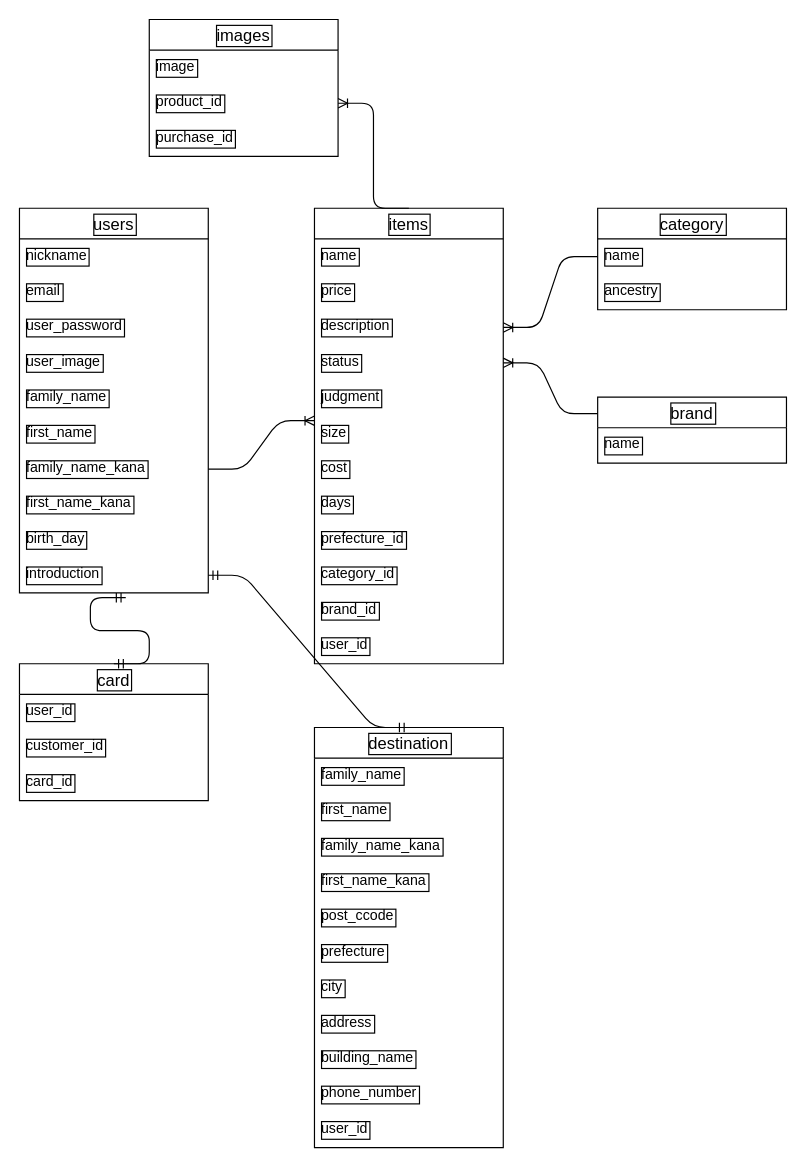
Above: furima.dio in harakoryunosuke/furima-37751 (draw.io), before the change. Source tidied: cells renumbered, new cells numbered last; positions are measured from the earlier drawing's top-left corner, leaving out a move shared by most shapes. Both pictures are drawn from the tidied source at 118%, with x=0, y=0 at pixel (19, 19).
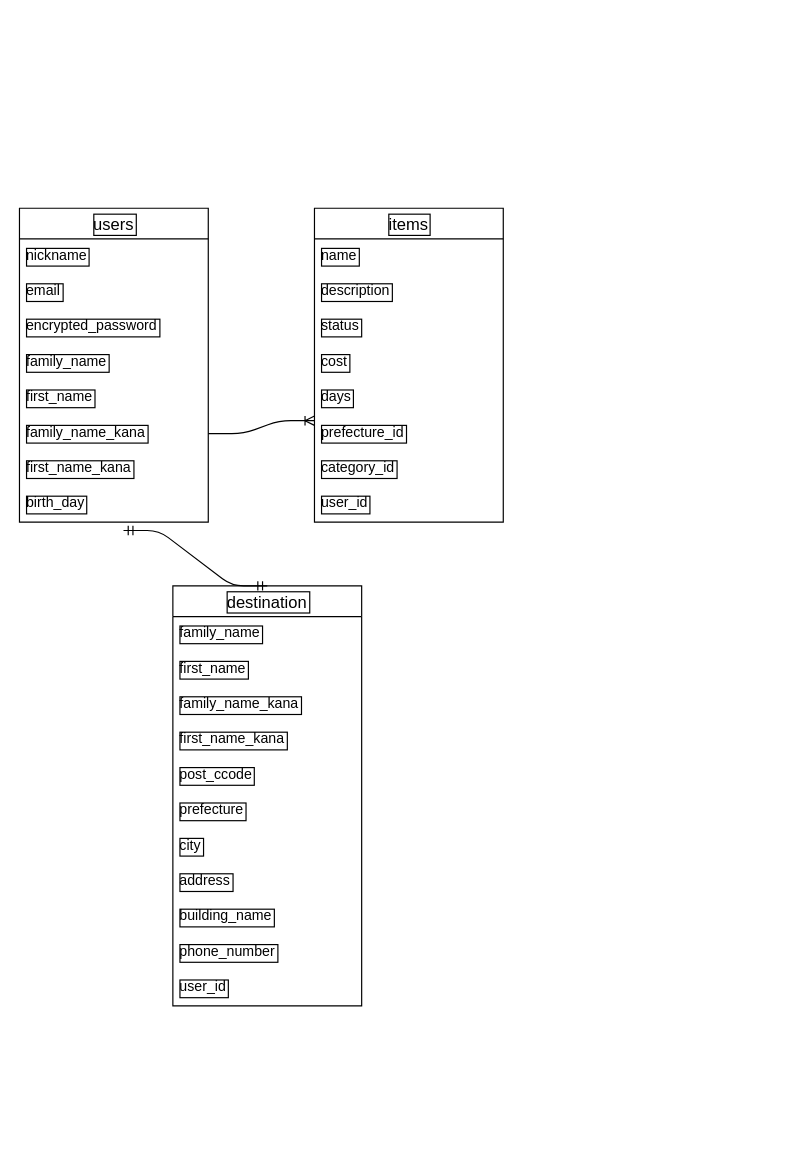
Above is the later version.

The edit, as a diff of the source:
```diff
@@
     <mxCell id="2" value="users" style="swimlane;fontStyle=0;horizontal=1;startSize=26;align=center;fontSize=14;labelBorderColor=default;" parent="1" vertex="1">
-      <mxGeometry y="160" width="160" height="326" as="geometry" />
+      <mxGeometry y="160" width="160" height="266" as="geometry" />
     </mxCell>
@@
-    <mxCell id="5" value="user_password" style="text;strokeColor=none;fillColor=none;spacingLeft=4;spacingRight=4;overflow=hidden;fontSize=12;labelBorderColor=default;" parent="2" vertex="1">
+    <mxCell id="5" value="encrypted_password" style="text;strokeColor=none;fillColor=none;spacingLeft=4;spacingRight=4;overflow=hidden;fontSize=12;labelBorderColor=default;" parent="2" vertex="1">
       <mxGeometry y="86" width="160" height="30" as="geometry" />
     </mxCell>
-    <mxCell id="6" value="user_image" style="text;strokeColor=none;fillColor=none;spacingLeft=4;spacingRight=4;overflow=hidden;fontSize=12;labelBorderColor=default;" parent="2" vertex="1">
-      <mxGeometry y="116" width="160" height="30" as="geometry" />
-    </mxCell>
     <mxCell id="7" value="family_name" style="text;strokeColor=none;fillColor=none;spacingLeft=4;spacingRight=4;overflow=hidden;fontSize=12;labelBorderColor=default;" parent="2" vertex="1">
-      <mxGeometry y="146" width="160" height="30" as="geometry" />
+      <mxGeometry y="116" width="160" height="30" as="geometry" />
     </mxCell>
     <mxCell id="8" value="first_name" style="text;strokeColor=none;fillColor=none;spacingLeft=4;spacingRight=4;overflow=hidden;fontSize=12;labelBorderColor=default;" parent="2" vertex="1">
-      <mxGeometry y="176" width="160" height="30" as="geometry" />
+      <mxGeometry y="146" width="160" height="30" as="geometry" />
     </mxCell>
     <mxCell id="9" value="family_name_kana" style="text;strokeColor=none;fillColor=none;spacingLeft=4;spacingRight=4;overflow=hidden;points=[[0,0.5],[1,0.5]];portConstraint=eastwest;fontSize=12;labelBorderColor=default;" parent="2" vertex="1">
-      <mxGeometry y="206" width="160" height="30" as="geometry" />
+      <mxGeometry y="176" width="160" height="30" as="geometry" />
     </mxCell>
     <mxCell id="10" value="first_name_kana" style="text;strokeColor=none;fillColor=none;spacingLeft=4;spacingRight=4;overflow=hidden;fontSize=12;labelBorderColor=default;" parent="2" vertex="1">
-      <mxGeometry y="236" width="160" height="30" as="geometry" />
+      <mxGeometry y="206" width="160" height="30" as="geometry" />
     </mxCell>
     <mxCell id="11" value="birth_day" style="text;strokeColor=none;fillColor=none;spacingLeft=4;spacingRight=4;overflow=hidden;points=[[0,0.5],[1,0.5]];portConstraint=eastwest;fontSize=12;labelBorderColor=default;" parent="2" vertex="1">
-      <mxGeometry y="266" width="160" height="30" as="geometry" />
+      <mxGeometry y="236" width="160" height="30" as="geometry" />
     </mxCell>
-    <mxCell id="12" value="introduction" style="text;strokeColor=none;fillColor=none;spacingLeft=4;spacingRight=4;overflow=hidden;points=[[0,0.5],[1,0.5]];portConstraint=eastwest;fontSize=12;labelBorderColor=default;" parent="2" vertex="1">
-      <mxGeometry y="296" width="160" height="30" as="geometry" />
-    </mxCell>
     <mxCell id="13" value="items" style="swimlane;fontStyle=0;horizontal=1;startSize=26;align=center;fontSize=14;labelBorderColor=default;" parent="1" vertex="1">
-      <mxGeometry x="250" y="160" width="160" height="386" as="geometry" />
+      <mxGeometry x="250" y="160" width="160" height="266" as="geometry" />
     </mxCell>
@@
-    <mxCell id="15" value="price" style="text;strokeColor=none;fillColor=none;spacingLeft=4;spacingRight=4;overflow=hidden;fontSize=12;labelBorderColor=default;" parent="13" vertex="1">
-      <mxGeometry y="56" width="160" height="30" as="geometry" />
-    </mxCell>
     <mxCell id="16" value="description" style="text;strokeColor=none;fillColor=none;spacingLeft=4;spacingRight=4;overflow=hidden;points=[[0,0.5],[1,0.5]];portConstraint=eastwest;fontSize=12;labelBorderColor=default;" parent="13" vertex="1">
-      <mxGeometry y="86" width="160" height="30" as="geometry" />
+      <mxGeometry y="56" width="160" height="30" as="geometry" />
     </mxCell>
     <mxCell id="17" value="status" style="text;strokeColor=none;fillColor=none;spacingLeft=4;spacingRight=4;overflow=hidden;points=[[0,0.5],[1,0.5]];portConstraint=eastwest;fontSize=12;labelBorderColor=default;" parent="13" vertex="1">
-      <mxGeometry y="116" width="160" height="30" as="geometry" />
+      <mxGeometry y="86" width="160" height="30" as="geometry" />
     </mxCell>
-    <mxCell id="18" value="judgment" style="text;strokeColor=none;fillColor=none;spacingLeft=4;spacingRight=4;overflow=hidden;fontSize=12;labelBorderColor=default;" parent="13" vertex="1">
-      <mxGeometry y="146" width="160" height="30" as="geometry" />
-    </mxCell>
-    <mxCell id="19" value="size" style="text;strokeColor=none;fillColor=none;spacingLeft=4;spacingRight=4;overflow=hidden;fontSize=12;labelBorderColor=default;" parent="13" vertex="1">
-      <mxGeometry y="176" width="160" height="30" as="geometry" />
-    </mxCell>
     <mxCell id="20" value="cost" style="text;strokeColor=none;fillColor=none;spacingLeft=4;spacingRight=4;overflow=hidden;fontSize=12;labelBorderColor=default;" parent="13" vertex="1">
-      <mxGeometry y="206" width="160" height="30" as="geometry" />
+      <mxGeometry y="116" width="160" height="30" as="geometry" />
     </mxCell>
     <mxCell id="21" value="days" style="text;strokeColor=none;fillColor=none;spacingLeft=4;spacingRight=4;overflow=hidden;fontSize=12;labelBorderColor=default;" parent="13" vertex="1">
-      <mxGeometry y="236" width="160" height="30" as="geometry" />
+      <mxGeometry y="146" width="160" height="30" as="geometry" />
     </mxCell>
     <mxCell id="22" value="prefecture_id" style="text;strokeColor=none;fillColor=none;spacingLeft=4;spacingRight=4;overflow=hidden;fontSize=12;labelBorderColor=default;" parent="13" vertex="1">
-      <mxGeometry y="266" width="160" height="30" as="geometry" />
+      <mxGeometry y="176" width="160" height="30" as="geometry" />
     </mxCell>
     <mxCell id="23" value="category_id" style="text;strokeColor=none;fillColor=none;spacingLeft=4;spacingRight=4;overflow=hidden;fontSize=12;labelBorderColor=default;" parent="13" vertex="1">
-      <mxGeometry y="296" width="160" height="30" as="geometry" />
+      <mxGeometry y="206" width="160" height="30" as="geometry" />
     </mxCell>
-    <mxCell id="24" value="brand_id" style="text;strokeColor=none;fillColor=none;spacingLeft=4;spacingRight=4;overflow=hidden;fontSize=12;labelBorderColor=default;" parent="13" vertex="1">
-      <mxGeometry y="326" width="160" height="30" as="geometry" />
-    </mxCell>
     <mxCell id="25" value="user_id" style="text;strokeColor=none;fillColor=none;spacingLeft=4;spacingRight=4;overflow=hidden;fontSize=12;labelBorderColor=default;" parent="13" vertex="1">
-      <mxGeometry y="356" width="160" height="30" as="geometry" />
+      <mxGeometry y="236" width="160" height="30" as="geometry" />
     </mxCell>
-    <mxCell id="26" value="card" style="swimlane;fontStyle=0;horizontal=1;startSize=26;align=center;fontSize=14;labelBorderColor=default;" parent="1" vertex="1">
-      <mxGeometry y="546" width="160" height="116" as="geometry" />
-    </mxCell>
-    <mxCell id="27" value="user_id" style="text;strokeColor=none;fillColor=none;spacingLeft=4;spacingRight=4;overflow=hidden;fontSize=12;labelBorderColor=default;" parent="26" vertex="1">
-      <mxGeometry y="26" width="160" height="30" as="geometry" />
-    </mxCell>
-    <mxCell id="28" value="customer_id" style="text;strokeColor=none;fillColor=none;spacingLeft=4;spacingRight=4;overflow=hidden;fontSize=12;labelBorderColor=default;" parent="26" vertex="1">
-      <mxGeometry y="56" width="160" height="30" as="geometry" />
-    </mxCell>
-    <mxCell id="29" value="card_id" style="text;strokeColor=none;fillColor=none;spacingLeft=4;spacingRight=4;overflow=hidden;fontSize=12;labelBorderColor=default;" parent="26" vertex="1">
-      <mxGeometry y="86" width="160" height="30" as="geometry" />
-    </mxCell>
     <mxCell id="30" value="destination" style="swimlane;fontStyle=0;horizontal=1;startSize=26;align=center;fontSize=14;labelBorderColor=default;" parent="1" vertex="1">
-      <mxGeometry x="250" y="600" width="160" height="356" as="geometry" />
+      <mxGeometry x="130" y="480" width="160" height="356" as="geometry" />
     </mxCell>
@@
-    <mxCell id="42" value="images" style="swimlane;fontStyle=0;horizontal=1;startSize=26;align=center;fontSize=14;labelBorderColor=default;" parent="1" vertex="1">
-      <mxGeometry x="110" width="160" height="116" as="geometry" />
-    </mxCell>
-    <mxCell id="43" value="image" style="text;strokeColor=none;fillColor=none;spacingLeft=4;spacingRight=4;overflow=hidden;fontSize=12;labelBorderColor=default;" parent="42" vertex="1">
-      <mxGeometry y="26" width="160" height="30" as="geometry" />
-    </mxCell>
-    <mxCell id="44" value="product_id" style="text;strokeColor=none;fillColor=none;spacingLeft=4;spacingRight=4;overflow=hidden;points=[[0,0.5],[1,0.5]];portConstraint=eastwest;fontSize=12;labelBorderColor=default;" parent="42" vertex="1">
-      <mxGeometry y="56" width="160" height="30" as="geometry" />
-    </mxCell>
-    <mxCell id="45" value="purchase_id" style="text;strokeColor=none;fillColor=none;spacingLeft=4;spacingRight=4;overflow=hidden;fontSize=12;labelBorderColor=default;" parent="42" vertex="1">
-      <mxGeometry y="86" width="160" height="30" as="geometry" />
-    </mxCell>
-    <mxCell id="46" value="category" style="swimlane;fontStyle=0;horizontal=1;startSize=26;align=center;fontSize=14;labelBorderColor=default;" parent="1" vertex="1">
-      <mxGeometry x="490" y="160" width="160" height="86" as="geometry" />
-    </mxCell>
-    <mxCell id="47" value="name" style="text;strokeColor=none;fillColor=none;spacingLeft=4;spacingRight=4;overflow=hidden;points=[[0,0.5],[1,0.5]];portConstraint=eastwest;fontSize=12;labelBorderColor=default;" parent="46" vertex="1">
-      <mxGeometry y="26" width="160" height="30" as="geometry" />
-    </mxCell>
-    <mxCell id="48" value="ancestry" style="text;strokeColor=none;fillColor=none;spacingLeft=4;spacingRight=4;overflow=hidden;fontSize=12;labelBorderColor=default;" parent="46" vertex="1">
-      <mxGeometry y="56" width="160" height="30" as="geometry" />
-    </mxCell>
-    <mxCell id="49" value="brand" style="swimlane;fontStyle=0;horizontal=1;startSize=26;align=center;fontSize=14;labelBorderColor=default;" parent="1" vertex="1">
-      <mxGeometry x="490" y="320" width="160" height="56" as="geometry" />
-    </mxCell>
-    <mxCell id="50" value="name" style="text;strokeColor=none;fillColor=none;spacingLeft=4;spacingRight=4;overflow=hidden;fontSize=12;labelBorderColor=default;" parent="49" vertex="1">
-      <mxGeometry y="26" width="160" height="30" as="geometry" />
-    </mxCell>
-    <mxCell id="51" style="edgeStyle=entityRelationEdgeStyle;fontSize=12;html=1;endArrow=ERoneToMany;entryX=1;entryY=0.5;entryDx=0;entryDy=0;exitX=0;exitY=0.25;exitDx=0;exitDy=0;" parent="1" edge="1" source="49" target="17">
-      <mxGeometry relative="1" as="geometry" />
-    </mxCell>
-    <mxCell id="52" style="edgeStyle=entityRelationEdgeStyle;fontSize=12;html=1;endArrow=ERoneToMany;exitX=0;exitY=0.5;exitDx=0;exitDy=0;entryX=1;entryY=0.5;entryDx=0;entryDy=0;" parent="1" edge="1" source="47" target="16">
-      <mxGeometry relative="1" as="geometry" />
-    </mxCell>
-    <mxCell id="53" style="edgeStyle=entityRelationEdgeStyle;fontSize=12;html=1;endArrow=ERoneToMany;entryX=1;entryY=0.5;entryDx=0;entryDy=0;exitX=0.5;exitY=0;exitDx=0;exitDy=0;" parent="1" edge="1" source="13" target="44">
-      <mxGeometry relative="1" as="geometry" />
-    </mxCell>
@@
-    <mxCell id="55" style="edgeStyle=entityRelationEdgeStyle;fontSize=12;html=1;endArrow=ERmandOne;startArrow=ERmandOne;entryX=0.563;entryY=1.133;entryDx=0;entryDy=0;exitX=0.5;exitY=0;exitDx=0;exitDy=0;entryPerimeter=0;" parent="1" edge="1" source="26" target="12">
-      <mxGeometry relative="1" as="geometry" />
-    </mxCell>
-    <mxCell id="56" style="edgeStyle=entityRelationEdgeStyle;fontSize=12;html=1;endArrow=ERmandOne;startArrow=ERmandOne;exitX=0.5;exitY=0;exitDx=0;exitDy=0;entryX=1;entryY=0.5;entryDx=0;entryDy=0;" parent="1" edge="1" source="30" target="12">
+    <mxCell id="56" style="edgeStyle=entityRelationEdgeStyle;fontSize=12;html=1;endArrow=ERmandOne;startArrow=ERmandOne;exitX=0.5;exitY=0;exitDx=0;exitDy=0;entryX=0.551;entryY=1.236;entryDx=0;entryDy=0;entryPerimeter=0;" parent="1" edge="1" source="30" target="11">
       <mxGeometry relative="1" as="geometry" />
     </mxCell>
```
